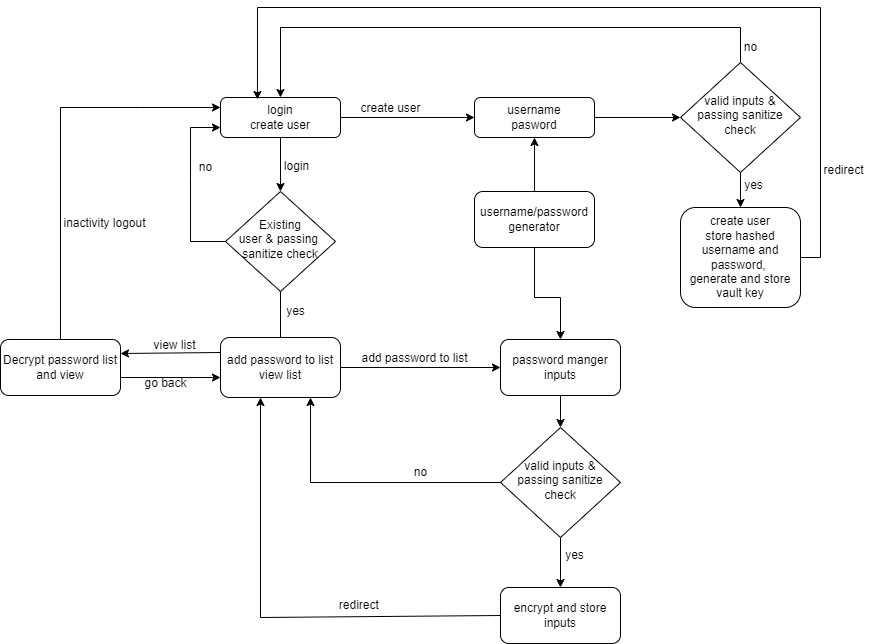
leaand01/simplePasswordManager keeps this draw.io diagram as readmeAppDiagram.drawio.png. Above is the earlier version. Source tidied: cells renumbered, new cells last; positions are measured from the earlier drawing's top-left corner, leaving out a move shared by most shapes. Source of this version:
```xml
<mxGraphModel>
  <root>
    <mxCell id="0" />
    <mxCell id="1" parent="0" />
    <mxCell id="2" value="login&lt;div&gt;create user&lt;/div&gt;" style="rounded=1;whiteSpace=wrap;html=1;fontSize=12;glass=0;strokeWidth=1;shadow=0;" parent="1" vertex="1">
      <mxGeometry x="220" y="90" width="120" height="40" as="geometry" />
    </mxCell>
    <mxCell id="3" style="edgeStyle=orthogonalEdgeStyle;rounded=0;jettySize=auto;html=1;exitX=1;exitY=0.5;exitDx=0;exitDy=0;entryX=0;entryY=0.5;entryDx=0;entryDy=0;" parent="1" edge="1" source="4" target="7">
      <mxGeometry relative="1" as="geometry" />
    </mxCell>
    <mxCell id="4" value="username&lt;div&gt;pasword&lt;/div&gt;" style="rounded=1;whiteSpace=wrap;html=1;fontSize=12;glass=0;strokeWidth=1;shadow=0;" parent="1" vertex="1">
      <mxGeometry x="474" y="90" width="120" height="40" as="geometry" />
    </mxCell>
    <mxCell id="5" value="Existing&lt;div&gt;user&amp;nbsp;&lt;span style=&quot;background-color: initial;&quot;&gt;&amp;amp; p&lt;/span&gt;&lt;span style=&quot;background-color: initial;&quot;&gt;assing&amp;nbsp;&lt;/span&gt;&lt;div&gt;&lt;span style=&quot;background-color: initial;&quot;&gt;sanitize&amp;nbsp;&lt;/span&gt;&lt;span style=&quot;background-color: initial;&quot;&gt;check&lt;/span&gt;&lt;/div&gt;&lt;/div&gt;" style="rhombus;whiteSpace=wrap;html=1;shadow=0;fontFamily=Helvetica;fontSize=12;align=center;strokeWidth=1;spacing=6;spacingTop=-4;" parent="1" vertex="1">
      <mxGeometry x="225" y="184" width="110" height="100" as="geometry" />
    </mxCell>
    <mxCell id="6" style="edgeStyle=orthogonalEdgeStyle;rounded=0;jettySize=auto;html=1;exitX=0.5;exitY=0;exitDx=0;exitDy=0;entryX=0.5;entryY=0;entryDx=0;entryDy=0;" parent="1" edge="1" source="7" target="2">
      <mxGeometry relative="1" as="geometry">
        <Array as="points">
          <mxPoint x="740" y="20" />
          <mxPoint x="280" y="20" />
        </Array>
      </mxGeometry>
    </mxCell>
    <mxCell id="7" value="valid i&lt;span style=&quot;background-color: initial;&quot;&gt;nputs&amp;nbsp;&lt;/span&gt;&lt;span style=&quot;background-color: initial;&quot;&gt;&amp;amp; passing sanitize check&lt;/span&gt;" style="rhombus;whiteSpace=wrap;html=1;shadow=0;fontFamily=Helvetica;fontSize=12;align=center;strokeWidth=1;spacing=6;spacingTop=-4;" parent="1" vertex="1">
      <mxGeometry x="680" y="55" width="120" height="110" as="geometry" />
    </mxCell>
    <mxCell id="8" style="edgeStyle=orthogonalEdgeStyle;rounded=0;jettySize=auto;html=1;exitX=0.5;exitY=1;exitDx=0;exitDy=0;entryX=0.5;entryY=0;entryDx=0;entryDy=0;" parent="1" edge="1" source="7" target="9">
      <mxGeometry relative="1" as="geometry" />
    </mxCell>
    <mxCell id="9" value="create user&lt;div&gt;store hashed username and password,&amp;nbsp;&lt;/div&gt;&lt;div&gt;generate and store vault key&lt;/div&gt;" style="rounded=1;whiteSpace=wrap;html=1;fontSize=12;glass=0;strokeWidth=1;shadow=0;" parent="1" vertex="1">
      <mxGeometry x="680" y="200" width="120" height="100" as="geometry" />
    </mxCell>
    <mxCell id="10" value="&lt;font style=&quot;font-size: 12px;&quot;&gt;login&lt;/font&gt;" style="edgeLabel;html=1;align=center;verticalAlign=middle;" parent="1" vertex="1">
      <mxGeometry x="320" y="160" as="geometry">
        <mxPoint x="-25" y="-2" as="offset" />
      </mxGeometry>
    </mxCell>
    <mxCell id="11" style="endArrow=classic;html=1;rounded=0;exitX=1;exitY=0.5;exitDx=0;exitDy=0;entryX=0;entryY=0.5;entryDx=0;entryDy=0;" parent="1" edge="1" source="2" target="4">
      <mxGeometry relative="1" as="geometry" />
    </mxCell>
    <mxCell id="12" value="&lt;font style=&quot;font-size: 12px;&quot;&gt;create user&lt;/font&gt;" style="text;html=1;align=center;verticalAlign=middle;strokeColor=none;fillColor=none;" parent="1" vertex="1">
      <mxGeometry x="350" y="86" width="80" height="30" as="geometry" />
    </mxCell>
    <mxCell id="13" value="no" style="text;html=1;align=center;verticalAlign=middle;strokeColor=none;fillColor=none;" parent="1" vertex="1">
      <mxGeometry x="730" y="25" width="40" height="30" as="geometry" />
    </mxCell>
    <mxCell id="14" style="endArrow=classic;html=1;rounded=0;exitX=1;exitY=0.5;exitDx=0;exitDy=0;entryX=0.308;entryY=0.05;entryDx=0;entryDy=0;entryPerimeter=0;" parent="1" edge="1" source="9" target="2">
      <mxGeometry relative="1" as="geometry">
        <Array as="points">
          <mxPoint x="820" y="250" />
          <mxPoint x="820" />
          <mxPoint x="257" />
        </Array>
      </mxGeometry>
    </mxCell>
    <mxCell id="15" value="yes" style="text;html=1;align=center;verticalAlign=middle;strokeColor=none;fillColor=none;" parent="1" vertex="1">
      <mxGeometry x="733" y="163" width="40" height="30" as="geometry" />
    </mxCell>
    <mxCell id="16" style="endArrow=classic;html=1;rounded=0;exitX=0.5;exitY=1;exitDx=0;exitDy=0;entryX=0.5;entryY=0;entryDx=0;entryDy=0;" parent="1" edge="1" source="2" target="5">
      <mxGeometry relative="1" as="geometry" />
    </mxCell>
    <mxCell id="17" style="edgeStyle=none;jettySize=auto;html=1;rounded=0;entryX=0;entryY=0.75;entryDx=0;entryDy=0;exitX=0;exitY=0.5;exitDx=0;exitDy=0;" parent="1" edge="1" source="5" target="2">
      <mxGeometry relative="1" as="geometry">
        <Array as="points">
          <mxPoint x="190" y="234" />
          <mxPoint x="190" y="170" />
          <mxPoint x="190" y="120" />
        </Array>
      </mxGeometry>
    </mxCell>
    <mxCell id="18" value="&lt;font style=&quot;font-size: 12px;&quot;&gt;no&lt;/font&gt;" style="text;html=1;align=center;verticalAlign=middle;strokeColor=none;fillColor=none;" parent="1" vertex="1">
      <mxGeometry x="185" y="145" width="40" height="30" as="geometry" />
    </mxCell>
    <mxCell id="19" style="edgeStyle=none;jettySize=auto;html=1;rounded=0;exitX=0.5;exitY=1;exitDx=0;exitDy=0;" parent="1" edge="1" source="5">
      <mxGeometry relative="1" as="geometry">
        <mxPoint x="280" y="340" as="targetPoint" />
      </mxGeometry>
    </mxCell>
    <mxCell id="20" value="add password to list&lt;div&gt;view list&lt;/div&gt;" style="rounded=1;whiteSpace=wrap;html=1;fontSize=12;glass=0;strokeWidth=1;shadow=0;" parent="1" vertex="1">
      <mxGeometry x="220" y="330" width="120" height="60" as="geometry" />
    </mxCell>
    <mxCell id="21" value="&lt;font style=&quot;font-size: 12px;&quot;&gt;yes&lt;/font&gt;" style="text;html=1;align=center;verticalAlign=middle;strokeColor=none;fillColor=none;" parent="1" vertex="1">
      <mxGeometry x="275" y="289" width="40" height="30" as="geometry" />
    </mxCell>
    <mxCell id="22" style="edgeStyle=none;jettySize=auto;html=1;rounded=0;exitX=1;exitY=0.5;exitDx=0;exitDy=0;" parent="1" edge="1" source="20">
      <mxGeometry relative="1" as="geometry">
        <mxPoint x="500" y="360" as="targetPoint" />
      </mxGeometry>
    </mxCell>
    <mxCell id="23" value="add password to list" style="text;html=1;align=center;verticalAlign=middle;strokeColor=none;fillColor=none;" parent="1" vertex="1">
      <mxGeometry x="349" y="336" width="130" height="30" as="geometry" />
    </mxCell>
    <mxCell id="24" value="username/&lt;span style=&quot;background-color: initial;&quot;&gt;password generator&lt;/span&gt;" style="rounded=1;whiteSpace=wrap;html=1;fontSize=12;glass=0;strokeWidth=1;shadow=0;" parent="1" vertex="1">
      <mxGeometry x="474" y="184" width="120" height="56" as="geometry" />
    </mxCell>
    <mxCell id="25" style="edgeStyle=none;jettySize=auto;html=1;rounded=0;exitX=0.5;exitY=0;exitDx=0;exitDy=0;entryX=0.5;entryY=1;entryDx=0;entryDy=0;" parent="1" edge="1" source="24" target="4">
      <mxGeometry relative="1" as="geometry" />
    </mxCell>
    <mxCell id="26" value="password manger inputs" style="rounded=1;whiteSpace=wrap;html=1;fontSize=12;glass=0;strokeWidth=1;shadow=0;" parent="1" vertex="1">
      <mxGeometry x="500" y="332" width="120" height="56" as="geometry" />
    </mxCell>
    <mxCell id="27" style="edgeStyle=none;jettySize=auto;html=1;rounded=0;exitX=0.5;exitY=1;exitDx=0;exitDy=0;entryX=0.5;entryY=0;entryDx=0;entryDy=0;" parent="1" edge="1" source="24" target="26">
      <mxGeometry relative="1" as="geometry">
        <Array as="points">
          <mxPoint x="534" y="290" />
          <mxPoint x="560" y="290" />
        </Array>
      </mxGeometry>
    </mxCell>
    <mxCell id="28" value="valid i&lt;span style=&quot;background-color: initial;&quot;&gt;nputs&amp;nbsp;&lt;/span&gt;&lt;span style=&quot;background-color: initial;&quot;&gt;&amp;amp; passing sanitize check&lt;/span&gt;" style="rhombus;whiteSpace=wrap;html=1;shadow=0;fontFamily=Helvetica;fontSize=12;align=center;strokeWidth=1;spacing=6;spacingTop=-4;" parent="1" vertex="1">
      <mxGeometry x="500" y="420" width="120" height="110" as="geometry" />
    </mxCell>
    <mxCell id="29" style="edgeStyle=none;jettySize=auto;html=1;rounded=0;exitX=0.5;exitY=1;exitDx=0;exitDy=0;entryX=0.5;entryY=0;entryDx=0;entryDy=0;" parent="1" edge="1" source="26" target="28">
      <mxGeometry relative="1" as="geometry" />
    </mxCell>
    <mxCell id="30" value="yes" style="text;html=1;align=center;verticalAlign=middle;strokeColor=none;fillColor=none;" parent="1" vertex="1">
      <mxGeometry x="554" y="533" width="40" height="30" as="geometry" />
    </mxCell>
    <mxCell id="31" value="encrypt and store inputs" style="rounded=1;whiteSpace=wrap;html=1;fontSize=12;glass=0;strokeWidth=1;shadow=0;" parent="1" vertex="1">
      <mxGeometry x="500" y="580" width="120" height="56" as="geometry" />
    </mxCell>
    <mxCell id="32" style="edgeStyle=none;jettySize=auto;html=1;rounded=0;exitX=0.5;exitY=1;exitDx=0;exitDy=0;entryX=0.5;entryY=0;entryDx=0;entryDy=0;" parent="1" edge="1" source="28" target="31">
      <mxGeometry relative="1" as="geometry" />
    </mxCell>
    <mxCell id="33" value="&lt;font style=&quot;font-size: 12px;&quot;&gt;no&lt;/font&gt;" style="text;html=1;align=center;verticalAlign=middle;strokeColor=none;fillColor=none;" parent="1" vertex="1">
      <mxGeometry x="400" y="450" width="40" height="30" as="geometry" />
    </mxCell>
    <mxCell id="34" style="edgeStyle=none;jettySize=auto;html=1;rounded=0;exitX=0;exitY=0.5;exitDx=0;exitDy=0;entryX=0.75;entryY=1;entryDx=0;entryDy=0;" parent="1" edge="1" source="28" target="20">
      <mxGeometry relative="1" as="geometry">
        <Array as="points">
          <mxPoint x="310" y="475" />
        </Array>
      </mxGeometry>
    </mxCell>
    <mxCell id="35" style="edgeStyle=none;jettySize=auto;html=1;rounded=0;exitX=0;exitY=0.5;exitDx=0;exitDy=0;" parent="1" edge="1" source="31">
      <mxGeometry relative="1" as="geometry">
        <mxPoint x="260" y="390" as="targetPoint" />
        <Array as="points">
          <mxPoint x="260" y="610" />
        </Array>
      </mxGeometry>
    </mxCell>
    <mxCell id="36" value="Decrypt password list and view" style="rounded=1;whiteSpace=wrap;html=1;fontSize=12;glass=0;strokeWidth=1;shadow=0;" parent="1" vertex="1">
      <mxGeometry y="332" width="120" height="56" as="geometry" />
    </mxCell>
    <mxCell id="37" style="edgeStyle=none;jettySize=auto;html=1;rounded=0;exitX=0;exitY=0.25;exitDx=0;exitDy=0;entryX=1;entryY=0.25;entryDx=0;entryDy=0;" parent="1" edge="1" source="20" target="36">
      <mxGeometry relative="1" as="geometry" />
    </mxCell>
    <mxCell id="38" value="view list" style="text;html=1;align=center;verticalAlign=middle;strokeColor=none;fillColor=none;" parent="1" vertex="1">
      <mxGeometry x="139" y="323" width="70" height="30" as="geometry" />
    </mxCell>
    <mxCell id="39" style="edgeStyle=none;jettySize=auto;html=1;rounded=0;exitX=0.5;exitY=0;exitDx=0;exitDy=0;entryX=0;entryY=0.25;entryDx=0;entryDy=0;" parent="1" edge="1" source="36" target="2">
      <mxGeometry relative="1" as="geometry">
        <Array as="points">
          <mxPoint x="60" y="100" />
          <mxPoint x="140" y="100" />
        </Array>
      </mxGeometry>
    </mxCell>
    <mxCell id="40" value="inactivity logout" style="text;html=1;align=center;verticalAlign=middle;strokeColor=none;fillColor=none;" parent="1" vertex="1">
      <mxGeometry x="49" y="201" width="110" height="30" as="geometry" />
    </mxCell>
    <mxCell id="41" value="go back" style="text;html=1;align=center;verticalAlign=middle;strokeColor=none;fillColor=none;" parent="1" vertex="1">
      <mxGeometry x="130" y="361" width="70" height="30" as="geometry" />
    </mxCell>
    <mxCell id="42" style="edgeStyle=none;jettySize=auto;html=1;rounded=0;entryX=0;entryY=0.667;entryDx=0;entryDy=0;entryPerimeter=0;" parent="1" edge="1" target="20">
      <mxGeometry relative="1" as="geometry">
        <mxPoint x="120" y="370" as="sourcePoint" />
      </mxGeometry>
    </mxCell>
    <mxCell id="43" value="redirect&amp;nbsp;" style="text;html=1;align=center;verticalAlign=middle;strokeColor=none;fillColor=none;" parent="1" vertex="1">
      <mxGeometry x="325" y="583" width="70" height="30" as="geometry" />
    </mxCell>
    <mxCell id="44" value="redirect" style="text;html=1;align=center;verticalAlign=middle;strokeColor=none;fillColor=none;" parent="1" vertex="1">
      <mxGeometry x="813" y="148" width="60" height="30" as="geometry" />
    </mxCell>
  </root>
</mxGraphModel>
```
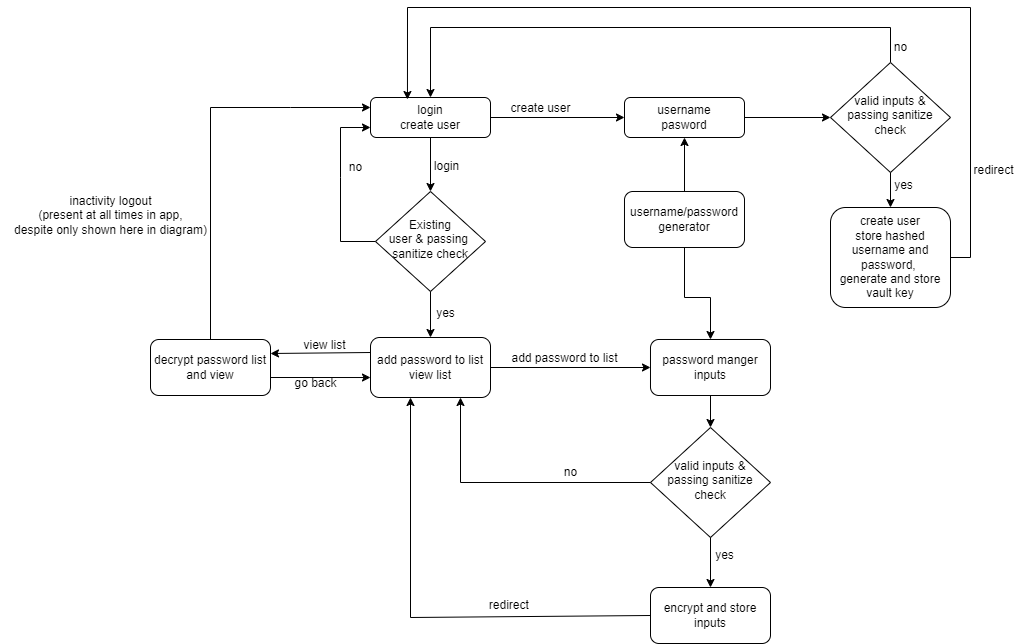
The same diagram one commit later.

The edit, as a diff of the source:
```diff
@@ -2,7 +2,7 @@
   <root>
     <mxCell id="0" />
     <mxCell id="1" parent="0" />
-    <mxCell id="2" value="login&lt;div&gt;create user&lt;/div&gt;" style="rounded=1;whiteSpace=wrap;html=1;fontSize=12;glass=0;strokeWidth=1;shadow=0;" parent="1" vertex="1">
+    <mxCell id="2" value="&lt;div&gt;login&lt;div&gt;create user&lt;/div&gt;&lt;/div&gt;" style="rounded=1;whiteSpace=wrap;html=1;fontSize=12;glass=0;strokeWidth=1;shadow=0;" parent="1" vertex="1">
       <mxGeometry x="220" y="90" width="120" height="40" as="geometry" />
     </mxCell>
     <mxCell id="3" style="edgeStyle=orthogonalEdgeStyle;rounded=0;jettySize=auto;html=1;exitX=1;exitY=0.5;exitDx=0;exitDy=0;entryX=0;entryY=0.5;entryDx=0;entryDy=0;" parent="1" edge="1" source="4" target="7">
@@ -72,16 +72,11 @@
     <mxCell id="18" value="&lt;font style=&quot;font-size: 12px;&quot;&gt;no&lt;/font&gt;" style="text;html=1;align=center;verticalAlign=middle;strokeColor=none;fillColor=none;" parent="1" vertex="1">
       <mxGeometry x="185" y="145" width="40" height="30" as="geometry" />
     </mxCell>
-    <mxCell id="19" style="edgeStyle=none;jettySize=auto;html=1;rounded=0;exitX=0.5;exitY=1;exitDx=0;exitDy=0;" parent="1" edge="1" source="5">
-      <mxGeometry relative="1" as="geometry">
-        <mxPoint x="280" y="340" as="targetPoint" />
-      </mxGeometry>
-    </mxCell>
     <mxCell id="20" value="add password to list&lt;div&gt;view list&lt;/div&gt;" style="rounded=1;whiteSpace=wrap;html=1;fontSize=12;glass=0;strokeWidth=1;shadow=0;" parent="1" vertex="1">
       <mxGeometry x="220" y="330" width="120" height="60" as="geometry" />
     </mxCell>
     <mxCell id="21" value="&lt;font style=&quot;font-size: 12px;&quot;&gt;yes&lt;/font&gt;" style="text;html=1;align=center;verticalAlign=middle;strokeColor=none;fillColor=none;" parent="1" vertex="1">
-      <mxGeometry x="275" y="289" width="40" height="30" as="geometry" />
+      <mxGeometry x="275" y="291" width="40" height="30" as="geometry" />
     </mxCell>
     <mxCell id="22" style="edgeStyle=none;jettySize=auto;html=1;rounded=0;exitX=1;exitY=0.5;exitDx=0;exitDy=0;" parent="1" edge="1" source="20">
       <mxGeometry relative="1" as="geometry">
@@ -141,7 +136,7 @@
         </Array>
       </mxGeometry>
     </mxCell>
-    <mxCell id="36" value="Decrypt password list and view" style="rounded=1;whiteSpace=wrap;html=1;fontSize=12;glass=0;strokeWidth=1;shadow=0;" parent="1" vertex="1">
+    <mxCell id="36" value="decrypt password list and view" style="rounded=1;whiteSpace=wrap;html=1;fontSize=12;glass=0;strokeWidth=1;shadow=0;" parent="1" vertex="1">
       <mxGeometry y="332" width="120" height="56" as="geometry" />
     </mxCell>
     <mxCell id="37" style="edgeStyle=none;jettySize=auto;html=1;rounded=0;exitX=0;exitY=0.25;exitDx=0;exitDy=0;entryX=1;entryY=0.25;entryDx=0;entryDy=0;" parent="1" edge="1" source="20" target="36">
@@ -158,8 +153,8 @@
         </Array>
       </mxGeometry>
     </mxCell>
-    <mxCell id="40" value="inactivity logout" style="text;html=1;align=center;verticalAlign=middle;strokeColor=none;fillColor=none;" parent="1" vertex="1">
-      <mxGeometry x="49" y="201" width="110" height="30" as="geometry" />
+    <mxCell id="40" value="inactivity logout&lt;div&gt;(present at all times in app,&lt;/div&gt;&lt;div&gt;despite only shown here in diagram)&lt;/div&gt;" style="text;html=1;align=center;verticalAlign=middle;strokeColor=none;fillColor=none;" parent="1" vertex="1">
+      <mxGeometry x="-150" y="178" width="220" height="60" as="geometry" />
     </mxCell>
     <mxCell id="41" value="go back" style="text;html=1;align=center;verticalAlign=middle;strokeColor=none;fillColor=none;" parent="1" vertex="1">
       <mxGeometry x="130" y="361" width="70" height="30" as="geometry" />
@@ -175,5 +170,8 @@
     <mxCell id="44" value="redirect" style="text;html=1;align=center;verticalAlign=middle;strokeColor=none;fillColor=none;" parent="1" vertex="1">
       <mxGeometry x="813" y="148" width="60" height="30" as="geometry" />
     </mxCell>
+    <mxCell id="45" style="edgeStyle=none;jettySize=auto;html=1;rounded=0;exitX=0.5;exitY=1;exitDx=0;exitDy=0;entryX=0.5;entryY=0;entryDx=0;entryDy=0;" parent="1" edge="1" source="5" target="20">
+      <mxGeometry relative="1" as="geometry" />
+    </mxCell>
   </root>
 </mxGraphModel>
```
